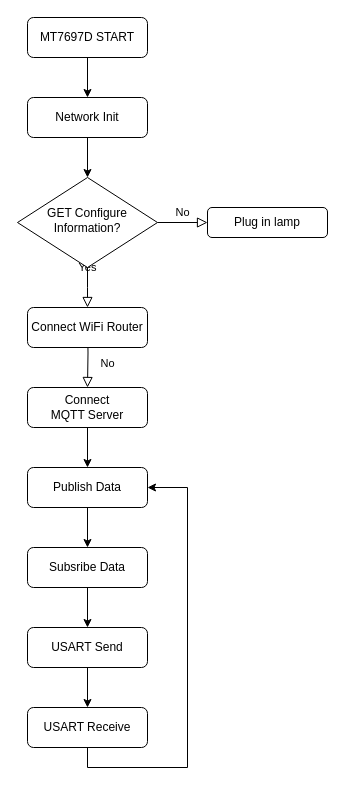
Earlier version of the draw.io diagram WIFI通用联网方案--软件启动流程.drawio (zjh6607476/drawing). Source tidied: cells renumbered, new cells numbered last; positions are measured from the earlier drawing's top-left corner, leaving out a move shared by most shapes. Both pictures are drawn from the tidied source at 100%, with x=0, y=0 at pixel (17, 17).
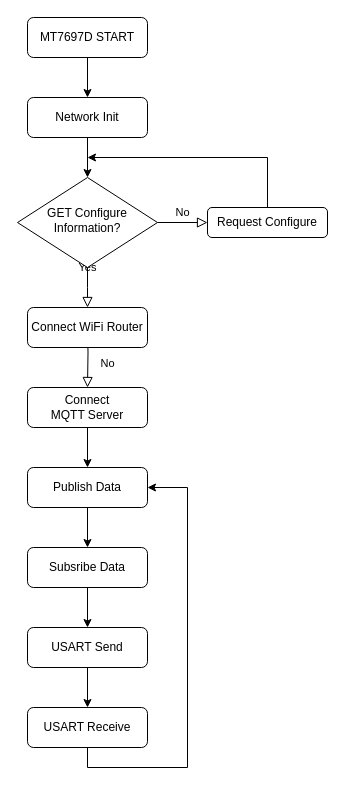
The same page after the edit.

Commit message (it also covers changes not shown here):
更新WIFI通用联网方案--软件启动流程.drawio

Change to the diagram source:
```diff
@@
+    <mxCell id="22" style="edgeStyle=orthogonalEdgeStyle;rounded=0;jettySize=auto;html=1;exitX=0.5;exitY=0;exitDx=0;exitDy=0;" parent="1" edge="1" source="7">
+      <mxGeometry relative="1" as="geometry">
+        <mxPoint x="70" y="140" as="targetPoint" />
+        <Array as="points">
+          <mxPoint x="250" y="140" />
+        </Array>
+      </mxGeometry>
+    </mxCell>
-    <mxCell id="7" value="Plug in lamp" style="rounded=1;whiteSpace=wrap;html=1;fontSize=12;glass=0;strokeWidth=1;shadow=0;" parent="1" vertex="1">
+    <mxCell id="7" value="Request Configure" style="rounded=1;whiteSpace=wrap;html=1;fontSize=12;glass=0;strokeWidth=1;shadow=0;" parent="1" vertex="1">
       <mxGeometry x="190" y="190" width="120" height="30" as="geometry" />
     </mxCell>
```
